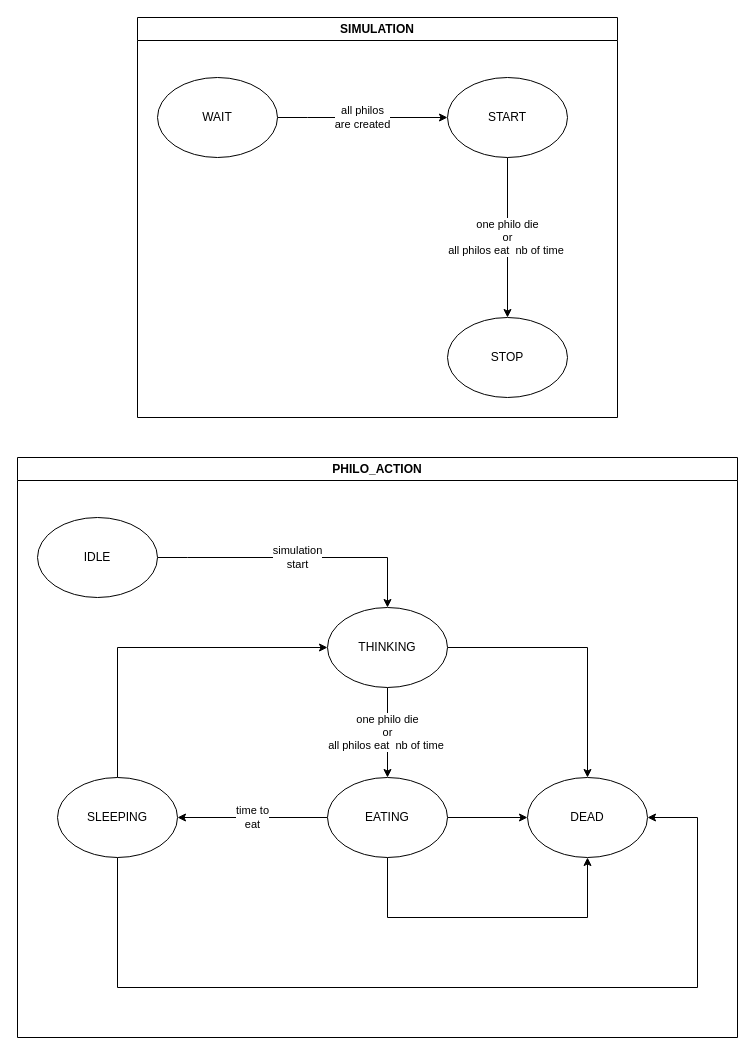
Above: philo/state_machine.drawio in jbcaron/philosophers (draw.io), before the change. Source tidied: cells renumbered, new cells numbered last; positions are measured from the earlier drawing's top-left corner, leaving out a move shared by most shapes. Both pictures are drawn from the tidied source at 100%, with x=0, y=0 at pixel (17, 17).
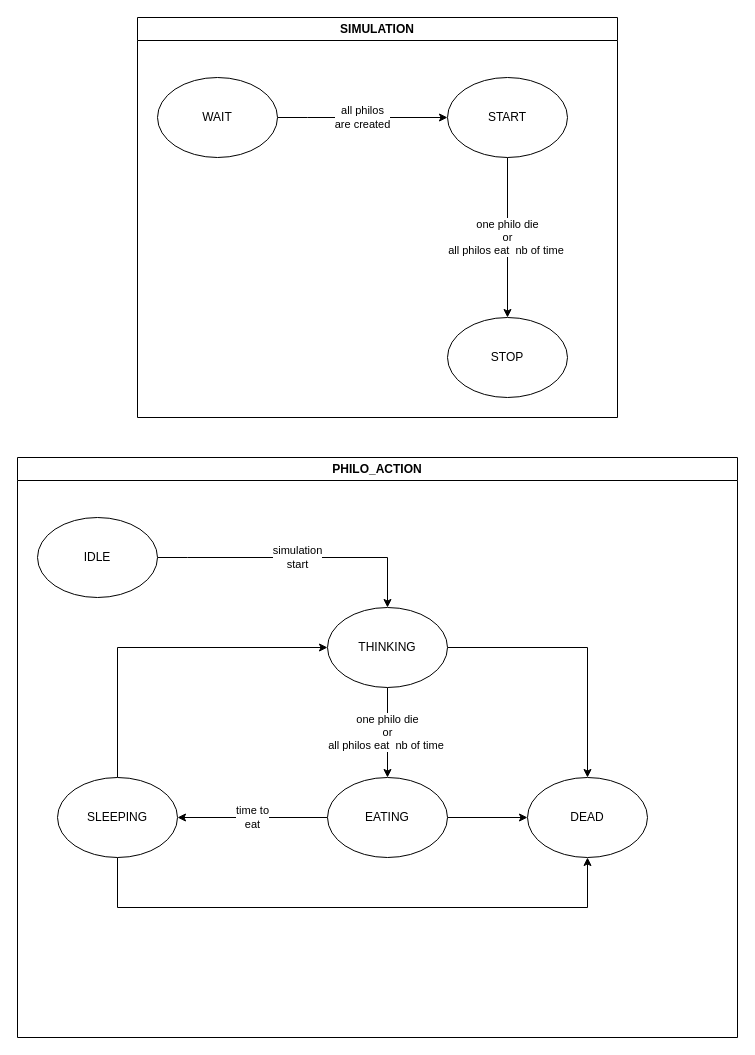
The same page after the edit.

The change refers to these unchanged cells:
```xml
<mxCell id="8" value="PHILO_ACTION" style="swimlane;whiteSpace=wrap;html=1;" parent="1" vertex="1">
  <mxGeometry y="440" width="720" height="580" as="geometry" />
</mxCell>
<mxCell id="17" value="EATING" style="ellipse;whiteSpace=wrap;html=1;" parent="8" vertex="1">
  <mxGeometry x="310" y="320" width="120" height="80" as="geometry" />
</mxCell>
<mxCell id="20" value="SLEEPING" style="ellipse;whiteSpace=wrap;html=1;" parent="8" vertex="1">
  <mxGeometry x="40" y="320" width="120" height="80" as="geometry" />
</mxCell>
<mxCell id="21" value="DEAD" style="ellipse;whiteSpace=wrap;html=1;" parent="8" vertex="1">
  <mxGeometry x="510" y="320" width="120" height="80" as="geometry" />
</mxCell>
```

The edit, as a diff of the source:
```diff
@@
-    <mxCell id="16" style="edgeStyle=orthogonalEdgeStyle;rounded=0;jettySize=auto;html=1;exitX=0.5;exitY=1;exitDx=0;exitDy=0;entryX=0.5;entryY=1;entryDx=0;entryDy=0;" parent="8" edge="1" source="17" target="21">
-      <mxGeometry relative="1" as="geometry">
-        <Array as="points">
-          <mxPoint x="370" y="460" />
-          <mxPoint x="570" y="460" />
-        </Array>
-      </mxGeometry>
-    </mxCell>
@@
-    <mxCell id="19" style="edgeStyle=orthogonalEdgeStyle;rounded=0;jettySize=auto;html=1;exitX=0.5;exitY=1;exitDx=0;exitDy=0;entryX=1;entryY=0.5;entryDx=0;entryDy=0;" parent="8" edge="1" source="20" target="21">
+    <mxCell id="19" style="edgeStyle=orthogonalEdgeStyle;rounded=0;jettySize=auto;html=1;exitX=0.5;exitY=1;exitDx=0;exitDy=0;entryX=0.5;entryY=1;entryDx=0;entryDy=0;" parent="8" edge="1" source="20" target="21">
       <mxGeometry relative="1" as="geometry">
         <Array as="points">
-          <mxPoint x="100" y="530" />
-          <mxPoint x="680" y="530" />
-          <mxPoint x="680" y="360" />
+          <mxPoint x="100" y="450" />
+          <mxPoint x="570" y="450" />
         </Array>
       </mxGeometry>
     </mxCell>
```
